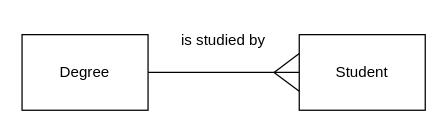
Above: page "Degree" (18 of 27) of higher/ddd/H-DDD-Clydeview/assets/Diagrams/H DDD Clydeview.drawio in MrFriendCS/MrFriendCS.github.io (draw.io), before the change. Source tidied: cells renumbered, new cells numbered last; positions are measured from the earlier drawing's top-left corner, leaving out a move shared by most shapes. Both pictures are drawn from the tidied source at 126%, with x=0, y=0 at pixel (21, 21).
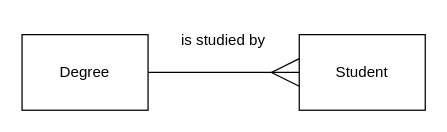
The same diagram, later.

Change to the diagram source:
```diff
@@
 <mxGraphModel>
   <root>
     <mxCell id="0" />
     <mxCell id="1" parent="0" />
-    <mxCell id="2" style="rounded=0;jettySize=auto;html=1;exitX=1;exitY=0.5;exitDx=0;exitDy=0;entryX=0;entryY=0.5;entryDx=0;entryDy=0;endArrow=none;endFill=0;" parent="1" edge="1" source="3" target="6">
-      <mxGeometry relative="1" as="geometry" />
+    <mxCell id="2" style="rounded=0;jettySize=auto;html=1;exitX=1;exitY=0.5;exitDx=0;exitDy=0;endArrow=ERmany;endFill=0;startSize=6;endSize=20;" parent="1" edge="1" source="3">
+      <mxGeometry relative="1" as="geometry">
+        <mxPoint x="220" y="40" as="targetPoint" />
+      </mxGeometry>
     </mxCell>
     <mxCell id="3" value="Degree" style="rounded=0;whiteSpace=wrap;html=1;" parent="1" vertex="1">
       <mxGeometry y="10" width="100" height="60" as="geometry" />
     </mxCell>
-    <mxCell id="4" style="edgeStyle=none;rounded=0;jettySize=auto;html=1;exitX=0;exitY=0.25;exitDx=0;exitDy=0;endArrow=none;endFill=0;" parent="1" edge="1" source="6">
-      <mxGeometry relative="1" as="geometry">
-        <mxPoint x="200" y="40" as="targetPoint" />
-      </mxGeometry>
-    </mxCell>
-    <mxCell id="5" style="edgeStyle=none;rounded=0;jettySize=auto;html=1;exitX=0;exitY=0.75;exitDx=0;exitDy=0;endArrow=none;endFill=0;" parent="1" edge="1" source="6">
-      <mxGeometry relative="1" as="geometry">
-        <mxPoint x="200" y="40" as="targetPoint" />
-      </mxGeometry>
-    </mxCell>
     <mxCell id="6" value="Student" style="rounded=0;whiteSpace=wrap;html=1;" parent="1" vertex="1">
       <mxGeometry x="220" y="10" width="100" height="60" as="geometry" />
     </mxCell>
     <mxCell id="7" value="is studied by" style="text;html=1;strokeColor=none;fillColor=none;align=center;verticalAlign=middle;whiteSpace=wrap;rounded=0;" parent="1" vertex="1">
       <mxGeometry x="120" width="80" height="30" as="geometry" />
     </mxCell>
   </root>
 </mxGraphModel>
```
